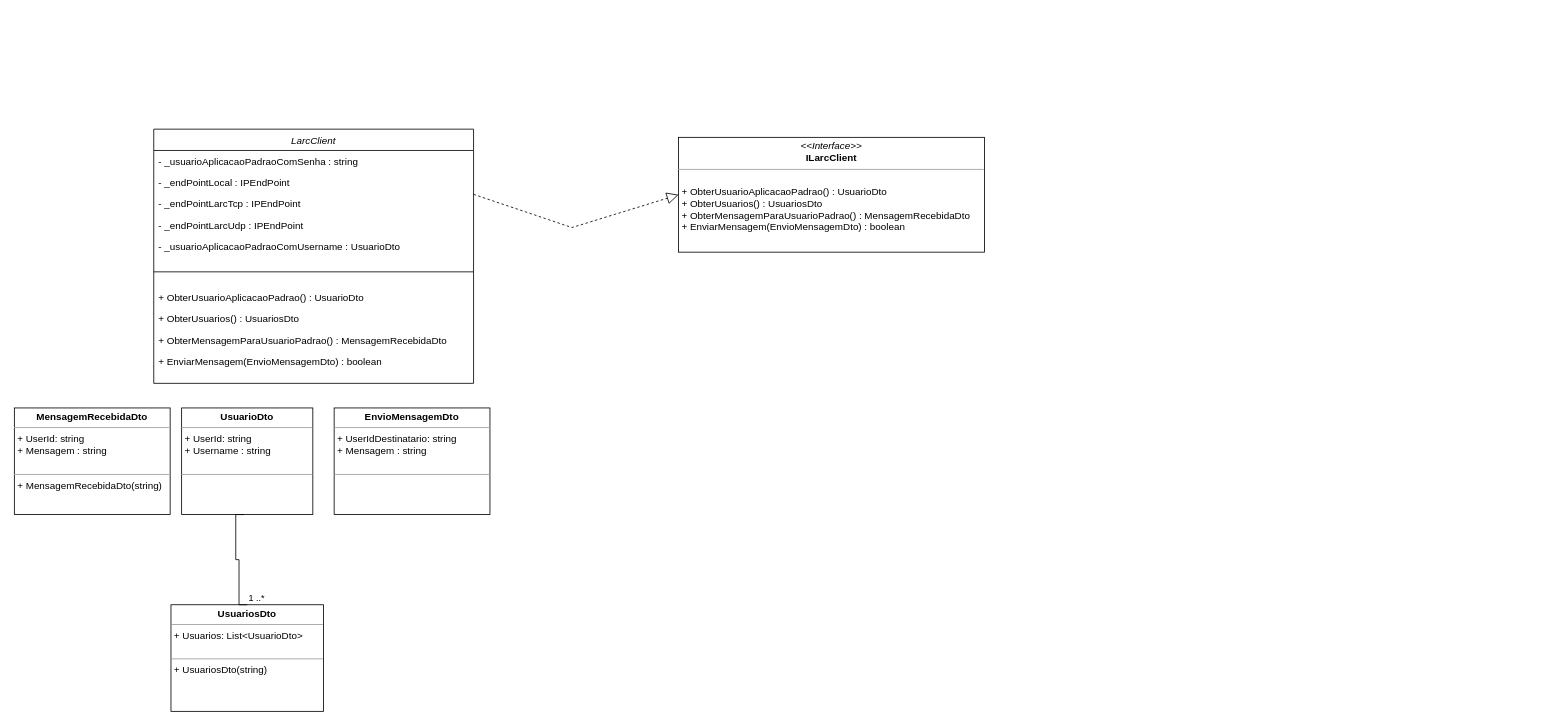
elitonlunardi/Redes.TrocaMensagens keeps this draw.io diagram as Redes.TrocaMensagens.drawio. Above is the earlier version. Source tidied: cells renumbered, new cells numbered last; positions are measured from the earlier drawing's top-left corner, leaving out a move shared by most shapes. Both pictures are drawn from the tidied source at 82%, with x=0, y=0 at pixel (14, 129).
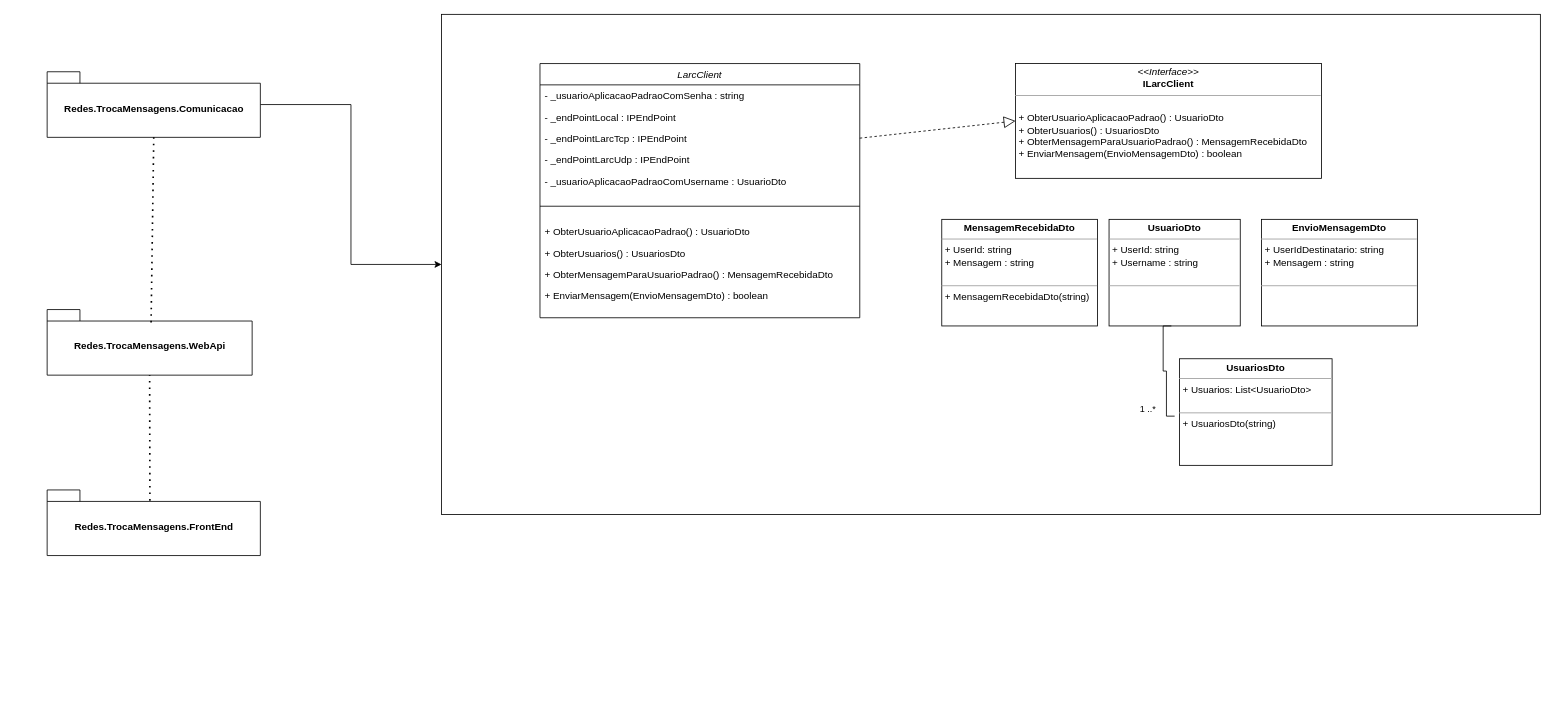
The same page after the edit.

Unchanged cells that the change refers to:
```xml
<mxCell id="5" value="- _endPointLarcTcp : IPEndPoint&#10;" style="text;align=left;verticalAlign=top;spacingLeft=4;spacingRight=4;overflow=hidden;points=[[0,0.5],[1,0.5]];portConstraint=eastwest;rounded=0;shadow=0;html=0;" parent="2" vertex="1">
  <mxGeometry y="78" width="390" height="26" as="geometry" />
</mxCell>
```

Diff of the diagram source:
```diff
@@
+    <mxCell id="21" style="rounded=0;whiteSpace=wrap;html=1;" parent="1" vertex="1">
+      <mxGeometry x="521" y="-140" width="1340" height="610" as="geometry" />
+    </mxCell>
     <mxCell id="2" value="LarcClient&#10;" style="swimlane;fontStyle=2;align=center;verticalAlign=top;horizontal=1;startSize=26;rounded=0;shadow=0;strokeWidth=1;" parent="1" vertex="1">
-      <mxGeometry x="170" width="390" height="310" as="geometry" />
+      <mxGeometry x="641" y="-80" width="390" height="310" as="geometry" />
     </mxCell>
@@
     <mxCell id="13" value="&lt;p style=&quot;margin:0px;margin-top:4px;text-align:center;&quot;&gt;&lt;i&gt;&amp;lt;&amp;lt;Interface&amp;gt;&amp;gt;&lt;/i&gt;&lt;br&gt;&lt;b&gt;ILarcClient&lt;/b&gt;&lt;/p&gt;&lt;hr size=&quot;1&quot;&gt;&lt;p style=&quot;margin:0px;margin-left:4px;&quot;&gt;&lt;span style=&quot;background-color: initial; color: rgba(0, 0, 0, 0); font-family: monospace; font-size: 0px;&quot;&gt;&lt;br&gt;&lt;/span&gt;&lt;/p&gt;&lt;p style=&quot;margin:0px;margin-left:4px;&quot;&gt;+ ObterUsuarioAplicacaoPadrao() : UsuarioDto&lt;span style=&quot;background-color: initial; color: rgba(0, 0, 0, 0); font-family: monospace; font-size: 0px;&quot;&gt;&lt;br&gt;&lt;/span&gt;&lt;/p&gt;&lt;p style=&quot;margin:0px;margin-left:4px;&quot;&gt;&lt;span style=&quot;background-color: initial; color: rgba(0, 0, 0, 0); font-family: monospace; font-size: 0px;&quot;&gt;z%3CmxGraphModel%3E%3Croot%3E%3CmxCell%20id%3D%220%22%2F%3E%3CmxCell%20id%3D%221%22%20parent%3D%220%22%2F%3E%3CmxCell%20id%3D%222%22%20value%3D%22%2B%20ObterUsuarioAplicacaoPadrao()%20%3A%20UsuarioDto%22%20style%3D%22text%3Balign%3Dleft%3BverticalAlign%3Dtop%3BspacingLeft%3D4%3BspacingRight%3D4%3Boverflow%3Dhidden%3Brotatable%3D0%3Bpoints%3D%5B%5B0%2C0.5%5D%2C%5B1%2C0.5%5D%5D%3BportConstraint%3Deastwest%3B%22%20vertex%3D%221%22%20parent%3D%221%22%3E%3CmxGeometry%20x%3D%22220%22%20y%3D%22240%22%20width%3D%22390%22%20height%3D%2226%22%20as%3D%22geometry%22%2F%3E%3C%2FmxCell%3E%3C%2Froot%3E%3C%2FmxGraphModel%3E+&lt;/span&gt;&lt;span style=&quot;background-color: initial;&quot;&gt;+ ObterUsuarios() : UsuariosDto&lt;/span&gt;&lt;br&gt;&lt;/p&gt;&lt;p style=&quot;margin:0px;margin-left:4px;&quot;&gt;+ ObterMensagemParaUsuarioPadrao() : MensagemRecebidaDto&lt;/p&gt;&lt;p style=&quot;margin:0px;margin-left:4px;&quot;&gt;+ EnviarMensagem(EnvioMensagemDto) : boolean&lt;br&gt;&lt;/p&gt;" style="verticalAlign=top;align=left;overflow=fill;fontSize=12;fontFamily=Helvetica;html=1;" parent="1" vertex="1">
-      <mxGeometry x="810" y="10" width="373" height="140" as="geometry" />
+      <mxGeometry x="1221" y="-80" width="373" height="140" as="geometry" />
     </mxCell>
     <mxCell id="14" value="&lt;p style=&quot;margin:0px;margin-top:4px;text-align:center;&quot;&gt;&lt;b&gt;UsuarioDto&lt;/b&gt;&lt;/p&gt;&lt;hr size=&quot;1&quot;&gt;&lt;p style=&quot;margin:0px;margin-left:4px;&quot;&gt;+ UserId: string&lt;/p&gt;&lt;p style=&quot;margin:0px;margin-left:4px;&quot;&gt;+ Username : string&lt;/p&gt;&lt;p style=&quot;margin:0px;margin-left:4px;&quot;&gt;&lt;br&gt;&lt;/p&gt;&lt;hr size=&quot;1&quot;&gt;&lt;p style=&quot;margin:0px;margin-left:4px;&quot;&gt;&lt;br&gt;&lt;/p&gt;" style="verticalAlign=top;align=left;overflow=fill;fontSize=12;fontFamily=Helvetica;html=1;" parent="1" vertex="1">
-      <mxGeometry x="204" y="340" width="160" height="130" as="geometry" />
+      <mxGeometry x="1335" y="110" width="160" height="130" as="geometry" />
     </mxCell>
     <mxCell id="15" value="&lt;p style=&quot;margin:0px;margin-top:4px;text-align:center;&quot;&gt;&lt;b&gt;MensagemRecebidaDto&lt;/b&gt;&lt;/p&gt;&lt;hr size=&quot;1&quot;&gt;&lt;p style=&quot;margin:0px;margin-left:4px;&quot;&gt;+ UserId: string&lt;/p&gt;&lt;p style=&quot;margin:0px;margin-left:4px;&quot;&gt;+ Mensagem : string&lt;/p&gt;&lt;p style=&quot;margin:0px;margin-left:4px;&quot;&gt;&lt;br&gt;&lt;/p&gt;&lt;hr size=&quot;1&quot;&gt;&lt;p style=&quot;margin:0px;margin-left:4px;&quot;&gt;+ MensagemRecebidaDto(string)&lt;/p&gt;" style="verticalAlign=top;align=left;overflow=fill;fontSize=12;fontFamily=Helvetica;html=1;" parent="1" vertex="1">
-      <mxGeometry y="340" width="190" height="130" as="geometry" />
+      <mxGeometry x="1131" y="110" width="190" height="130" as="geometry" />
     </mxCell>
     <mxCell id="16" value="&lt;p style=&quot;margin:0px;margin-top:4px;text-align:center;&quot;&gt;&lt;b&gt;EnvioMensagemDto&lt;/b&gt;&lt;/p&gt;&lt;hr size=&quot;1&quot;&gt;&lt;p style=&quot;margin:0px;margin-left:4px;&quot;&gt;+ UserIdDestinatario: string&lt;/p&gt;&lt;p style=&quot;margin:0px;margin-left:4px;&quot;&gt;+ Mensagem : string&lt;/p&gt;&lt;p style=&quot;margin:0px;margin-left:4px;&quot;&gt;&lt;br&gt;&lt;/p&gt;&lt;hr size=&quot;1&quot;&gt;&lt;p style=&quot;margin:0px;margin-left:4px;&quot;&gt;&lt;br&gt;&lt;/p&gt;" style="verticalAlign=top;align=left;overflow=fill;fontSize=12;fontFamily=Helvetica;html=1;" parent="1" vertex="1">
-      <mxGeometry x="390" y="340" width="190" height="130" as="geometry" />
+      <mxGeometry x="1521" y="110" width="190" height="130" as="geometry" />
     </mxCell>
     <mxCell id="17" value="&lt;p style=&quot;margin:0px;margin-top:4px;text-align:center;&quot;&gt;&lt;b&gt;UsuariosDto&lt;/b&gt;&lt;/p&gt;&lt;hr size=&quot;1&quot;&gt;&lt;p style=&quot;margin:0px;margin-left:4px;&quot;&gt;+ Usuarios: List&amp;lt;UsuarioDto&amp;gt;&lt;/p&gt;&lt;p style=&quot;margin:0px;margin-left:4px;&quot;&gt;&lt;br&gt;&lt;/p&gt;&lt;hr size=&quot;1&quot;&gt;&lt;p style=&quot;margin:0px;margin-left:4px;&quot;&gt;+ UsuariosDto(string)&lt;/p&gt;" style="verticalAlign=top;align=left;overflow=fill;fontSize=12;fontFamily=Helvetica;html=1;" parent="1" vertex="1">
-      <mxGeometry x="191" y="580" width="186" height="130" as="geometry" />
+      <mxGeometry x="1421" y="280" width="186" height="130" as="geometry" />
     </mxCell>
     <mxCell id="18" style="endArrow=none;html=1;edgeStyle=orthogonalEdgeStyle;rounded=0;" parent="1" edge="1">
       <mxGeometry relative="1" as="geometry">
-        <mxPoint x="284" y="580" as="sourcePoint" />
-        <mxPoint x="280" y="470" as="targetPoint" />
+        <mxPoint x="1415" y="350" as="sourcePoint" />
+        <mxPoint x="1411" y="240" as="targetPoint" />
         <Array as="points">
-          <mxPoint x="274" y="580" />
-          <mxPoint x="274" y="525" />
-          <mxPoint x="270" y="525" />
-          <mxPoint x="270" y="470" />
+          <mxPoint x="1405" y="350" />
+          <mxPoint x="1405" y="295" />
+          <mxPoint x="1401" y="295" />
+          <mxPoint x="1401" y="240" />
         </Array>
       </mxGeometry>
     </mxCell>
     <mxCell id="19" value="1 ..*" style="edgeLabel;html=1;align=left;verticalAlign=bottom;" parent="18" vertex="1">
-      <mxGeometry x="-1" relative="1" as="geometry" />
+      <mxGeometry x="-1" relative="1" as="geometry">
+        <mxPoint x="-44" as="offset" />
+      </mxGeometry>
     </mxCell>
-    <mxCell id="20" style="endArrow=block;dashed=1;endFill=0;endSize=12;html=1;rounded=0;entryX=0;entryY=0.5;entryDx=0;entryDy=0;" parent="1" edge="1" target="13">
-      <mxGeometry relative="1" as="geometry">
-        <mxPoint x="560" y="79.5" as="sourcePoint" />
-        <Array as="points">
-          <mxPoint x="680" y="120" />
-        </Array>
-      </mxGeometry>
+    <mxCell id="20" style="endArrow=block;dashed=1;endFill=0;endSize=12;html=1;rounded=0;entryX=0;entryY=0.5;entryDx=0;entryDy=0;exitX=1;exitY=0.5;exitDx=0;exitDy=0;" parent="1" edge="1" source="5" target="13">
+      <mxGeometry relative="1" as="geometry" />
     </mxCell>
+    <mxCell id="22" style="edgeStyle=orthogonalEdgeStyle;rounded=0;jettySize=auto;html=1;entryX=0;entryY=0.5;entryDx=0;entryDy=0;" parent="1" edge="1" source="23" target="21">
+      <mxGeometry relative="1" as="geometry" />
+    </mxCell>
+    <mxCell id="23" value="Redes.TrocaMensagens.Comunicacao" style="shape=folder;fontStyle=1;spacingTop=10;tabWidth=40;tabHeight=14;tabPosition=left;html=1;" parent="1" vertex="1">
+      <mxGeometry x="40" y="-70" width="260" height="80" as="geometry" />
+    </mxCell>
+    <mxCell id="24" value="Redes.TrocaMensagens.WebApi" style="shape=folder;fontStyle=1;spacingTop=10;tabWidth=40;tabHeight=14;tabPosition=left;html=1;" parent="1" vertex="1">
+      <mxGeometry x="40" y="220" width="250" height="80" as="geometry" />
+    </mxCell>
+    <mxCell id="25" value="Redes.TrocaMensagens.FrontEnd" style="shape=folder;fontStyle=1;spacingTop=10;tabWidth=40;tabHeight=14;tabPosition=left;html=1;" parent="1" vertex="1">
+      <mxGeometry x="40" y="440" width="260" height="80" as="geometry" />
+    </mxCell>
+    <mxCell id="26" style="endArrow=none;dashed=1;html=1;dashPattern=1 3;strokeWidth=2;rounded=0;entryX=0.5;entryY=1;entryDx=0;entryDy=0;entryPerimeter=0;exitX=0.507;exitY=0.196;exitDx=0;exitDy=0;exitPerimeter=0;" parent="1" edge="1" source="24" target="23">
+      <mxGeometry relative="1" as="geometry" />
+    </mxCell>
+    <mxCell id="27" style="endArrow=none;dashed=1;html=1;dashPattern=1 3;strokeWidth=2;rounded=0;exitX=0.482;exitY=0.163;exitDx=0;exitDy=0;exitPerimeter=0;entryX=0.5;entryY=1;entryDx=0;entryDy=0;entryPerimeter=0;" parent="1" edge="1" source="25" target="24">
+      <mxGeometry relative="1" as="geometry" />
+    </mxCell>
```
